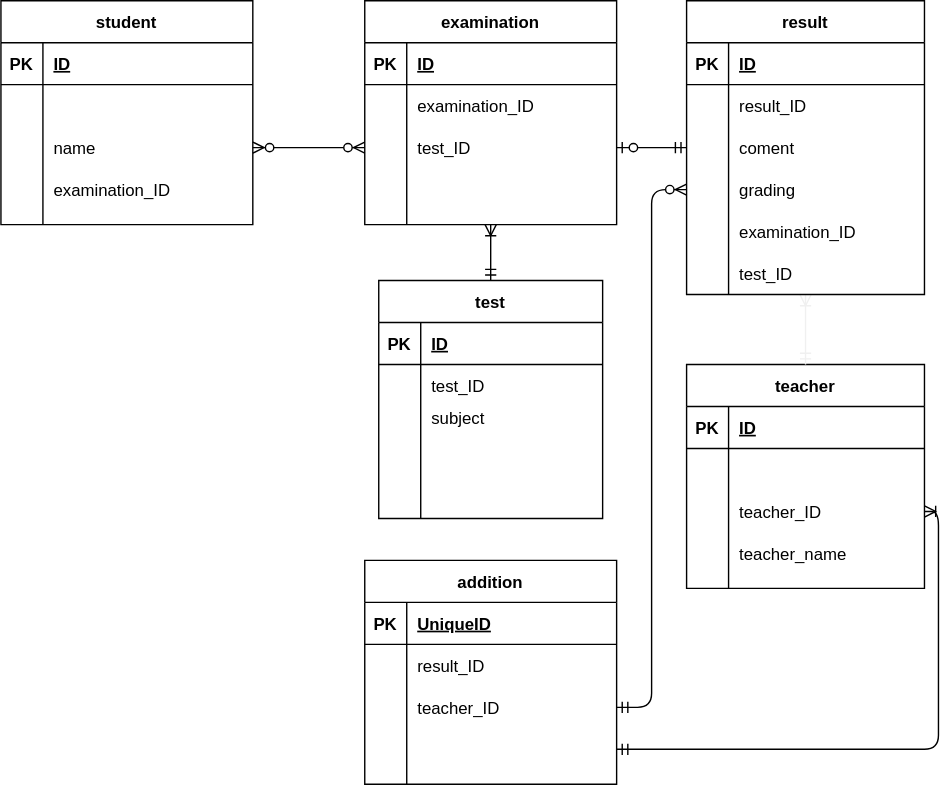
This is 20210526 須藤.drawio.svg from sudou957/laravelpj, a draw.io export, as it was before one commit. Source tidied: cells renumbered, new cells last; positions are measured from the earlier drawing's top-left corner, leaving out a move shared by most shapes.
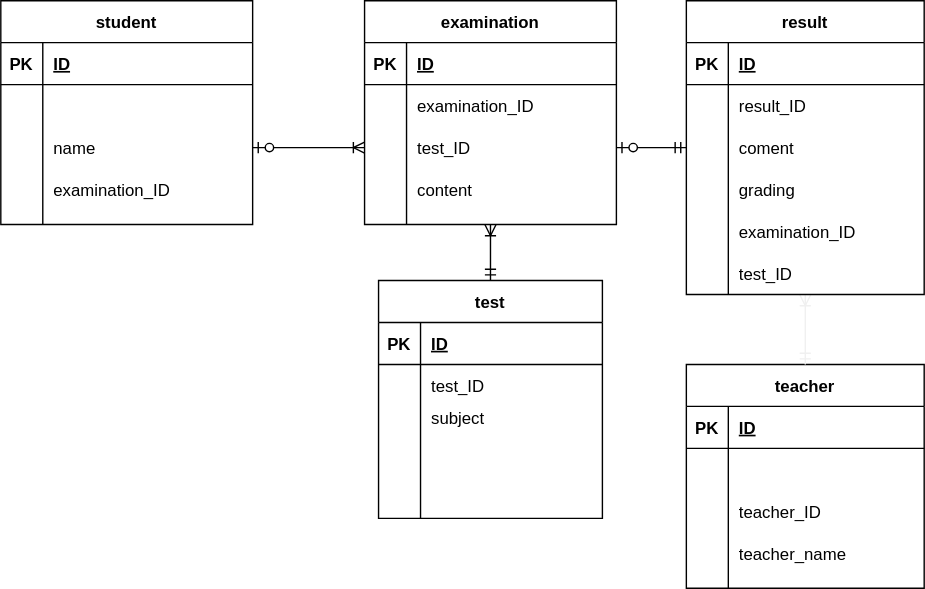
The same diagram one commit later.

Diff of the diagram source:
```diff
@@ -167,7 +167,7 @@
     <mxCell id="56" style="shape=partialRectangle;fillColor=none;top=0;left=0;bottom=0;right=0;overflow=hidden;" parent="55" vertex="1">
       <mxGeometry width="30" height="30" as="geometry" />
     </mxCell>
-    <mxCell id="57" style="shape=partialRectangle;fillColor=none;top=0;left=0;bottom=0;right=0;align=left;spacingLeft=6;overflow=hidden;" parent="55" vertex="1">
+    <mxCell id="57" value="content" style="shape=partialRectangle;fillColor=none;top=0;left=0;bottom=0;right=0;align=left;spacingLeft=6;overflow=hidden;" parent="55" vertex="1">
       <mxGeometry x="30" width="150" height="30" as="geometry" />
     </mxCell>
     <mxCell id="58" style="edgeStyle=orthogonalEdgeStyle;fontSize=12;html=1;endArrow=ERzeroToMany;startArrow=ERzeroToOne;strokeColor=#f0f0f0;exitX=1;exitY=0.5;exitDx=0;exitDy=0;" parent="1" edge="1" source="35">
@@ -214,9 +214,6 @@
     <mxCell id="71" value="grading" style="shape=partialRectangle;fillColor=none;top=0;left=0;bottom=0;right=0;align=left;spacingLeft=6;overflow=hidden;" parent="69" vertex="1">
       <mxGeometry x="30" width="140" height="30" as="geometry" />
     </mxCell>
-    <mxCell id="72" style="edgeStyle=orthogonalEdgeStyle;fontSize=12;html=1;endArrow=ERzeroToMany;endFill=1;startArrow=ERzeroToMany;exitX=1;exitY=0.5;exitDx=0;exitDy=0;entryX=0;entryY=0.5;entryDx=0;entryDy=0;" parent="1" edge="1" source="38" target="52">
-      <mxGeometry relative="1" as="geometry" />
-    </mxCell>
     <mxCell id="73" style="fontSize=12;html=1;endArrow=ERoneToMany;startArrow=ERmandOne;exitX=0.5;exitY=0;exitDx=0;exitDy=0;entryX=0.5;entryY=1;entryDx=0;entryDy=0;" parent="1" edge="1" source="15" target="45">
       <mxGeometry relative="1" as="geometry" />
     </mxCell>
@@ -229,50 +226,8 @@
     <mxCell id="76" value="test_ID" style="shape=partialRectangle;fillColor=none;top=0;left=0;bottom=0;right=0;align=left;spacingLeft=6;overflow=hidden;" parent="1" vertex="1">
       <mxGeometry x="520" y="180" width="140" height="30" as="geometry" />
     </mxCell>
-    <mxCell id="77" value="addition" style="shape=table;startSize=30;rowLines=0;fontStyle=1;align=center;" parent="1" vertex="1">
-      <mxGeometry x="260" y="400" width="180" height="160" as="geometry" />
-    </mxCell>
-    <mxCell id="78" style="shape=partialRectangle;fillColor=none;top=0;left=0;bottom=1;right=0;" parent="77" vertex="1">
-      <mxGeometry y="30" width="180" height="30" as="geometry" />
-    </mxCell>
-    <mxCell id="79" value="PK" style="shape=partialRectangle;fillColor=none;top=0;left=0;bottom=0;right=0;fontStyle=1;overflow=hidden;" parent="78" vertex="1">
-      <mxGeometry width="30" height="30" as="geometry" />
-    </mxCell>
-    <mxCell id="80" value="UniqueID" style="shape=partialRectangle;fillColor=none;top=0;left=0;bottom=0;right=0;align=left;spacingLeft=6;fontStyle=5;overflow=hidden;" parent="78" vertex="1">
-      <mxGeometry x="30" width="150" height="30" as="geometry" />
-    </mxCell>
-    <mxCell id="81" style="shape=partialRectangle;fillColor=none;top=0;left=0;bottom=0;right=0;" parent="77" vertex="1">
-      <mxGeometry y="60" width="180" height="30" as="geometry" />
-    </mxCell>
-    <mxCell id="82" style="shape=partialRectangle;fillColor=none;top=0;left=0;bottom=0;right=0;overflow=hidden;" parent="81" vertex="1">
-      <mxGeometry width="30" height="30" as="geometry" />
-    </mxCell>
-    <mxCell id="83" value="result_ID" style="shape=partialRectangle;fillColor=none;top=0;left=0;bottom=0;right=0;align=left;spacingLeft=6;overflow=hidden;" parent="81" vertex="1">
-      <mxGeometry x="30" width="150" height="30" as="geometry" />
-    </mxCell>
-    <mxCell id="84" style="shape=partialRectangle;fillColor=none;top=0;left=0;bottom=0;right=0;points=[[0,0.5],[1,0.5]];portConstraint=eastwest;" parent="77" vertex="1">
-      <mxGeometry y="90" width="180" height="30" as="geometry" />
-    </mxCell>
-    <mxCell id="85" style="shape=partialRectangle;fillColor=none;top=0;left=0;bottom=0;right=0;overflow=hidden;" parent="84" vertex="1">
-      <mxGeometry width="30" height="30" as="geometry" />
-    </mxCell>
-    <mxCell id="86" value="teacher_ID" style="shape=partialRectangle;fillColor=none;top=0;left=0;bottom=0;right=0;align=left;spacingLeft=6;overflow=hidden;" parent="84" vertex="1">
-      <mxGeometry x="30" width="150" height="30" as="geometry" />
-    </mxCell>
-    <mxCell id="87" style="shape=partialRectangle;fillColor=none;top=0;left=0;bottom=0;right=0;points=[[0,0.5],[1,0.5]];portConstraint=eastwest;" parent="77" vertex="1">
-      <mxGeometry y="120" width="180" height="30" as="geometry" />
-    </mxCell>
-    <mxCell id="88" style="shape=partialRectangle;fillColor=none;top=0;left=0;bottom=0;right=0;overflow=hidden;" parent="87" vertex="1">
-      <mxGeometry width="30" height="30" as="geometry" />
-    </mxCell>
-    <mxCell id="89" style="shape=partialRectangle;fillColor=none;top=0;left=0;bottom=0;right=0;align=left;spacingLeft=6;overflow=hidden;" parent="87" vertex="1">
-      <mxGeometry x="30" width="150" height="30" as="geometry" />
-    </mxCell>
-    <mxCell id="90" style="edgeStyle=orthogonalEdgeStyle;fontSize=12;html=1;endArrow=ERzeroToMany;startArrow=ERmandOne;entryX=0;entryY=0.5;entryDx=0;entryDy=0;exitX=1;exitY=0.5;exitDx=0;exitDy=0;" parent="1" edge="1" source="84" target="69">
-      <mxGeometry relative="1" as="geometry" />
-    </mxCell>
-    <mxCell id="91" style="edgeStyle=orthogonalEdgeStyle;fontSize=12;html=1;endArrow=ERoneToMany;startArrow=ERmandOne;entryX=1;entryY=0.5;entryDx=0;entryDy=0;exitX=1;exitY=0.5;exitDx=0;exitDy=0;" parent="1" edge="1" source="87" target="9">
-      <mxGeometry relative="1" as="geometry" />
-    </mxCell>
+    <mxCell id="72" style="edgeStyle=entityRelationEdgeStyle;fontSize=12;html=1;endArrow=ERoneToMany;startArrow=ERzeroToOne;entryX=0;entryY=0.5;entryDx=0;entryDy=0;exitX=1;exitY=0.5;exitDx=0;exitDy=0;" parent="1" edge="1" source="38" target="52">
+      <mxGeometry relative="1" as="geometry" />
+    </mxCell>
   </root>
 </mxGraphModel>
```
